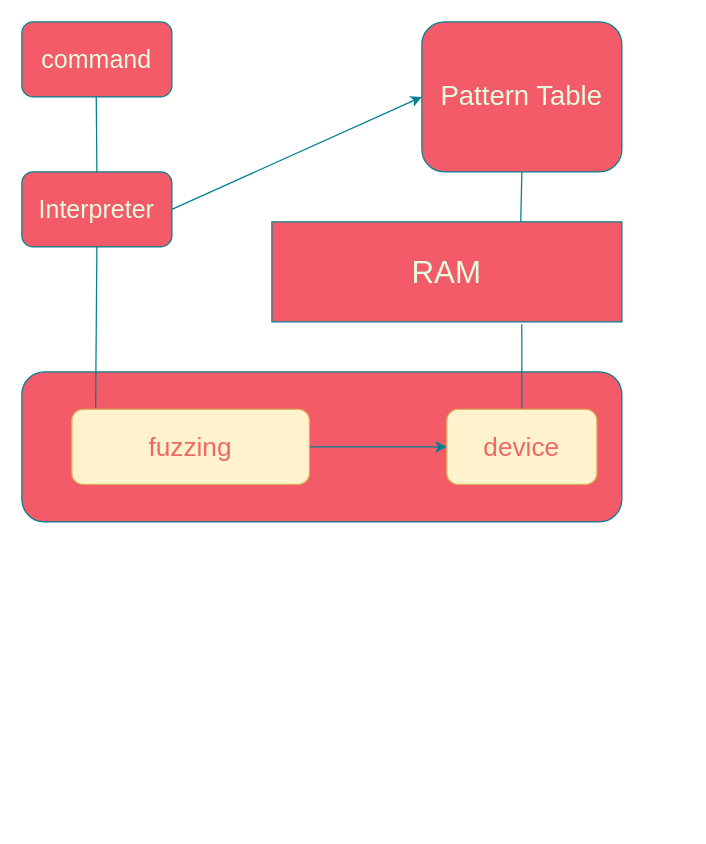
This is PUZZ.drawio from Yongibaoi/100-gdb-tips, a draw.io file, before an edit. Source tidied: cells renumbered, new cells numbered last; positions are measured from the earlier drawing's top-left corner, leaving out a move shared by most shapes. Both pictures are drawn from the tidied source at 125%, with x=0, y=0 at pixel (21, 21).
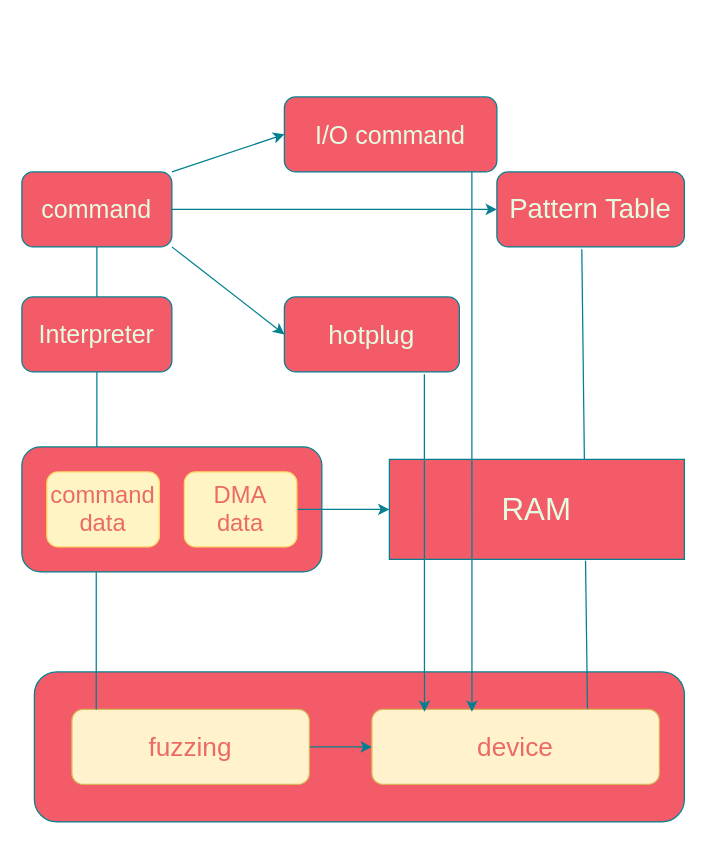
Above is the later version.

Change to the diagram source:
```diff
@@
     <mxCell id="2" style="rounded=1;whiteSpace=wrap;html=1;labelBackgroundColor=none;fillColor=#F45B69;strokeColor=#028090;fontColor=#E4FDE1;" parent="1" vertex="1">
-      <mxGeometry y="280" width="480" height="120" as="geometry" />
+      <mxGeometry x="10" y="520" width="520" height="120" as="geometry" />
     </mxCell>
     <mxCell id="3" value="&lt;font style=&quot;font-size: 22px;&quot;&gt;Pattern Table&lt;br&gt;&lt;/font&gt;" style="rounded=1;whiteSpace=wrap;html=1;strokeColor=#028090;fontColor=#E4FDE1;fillColor=#F45B69;" parent="1" vertex="1">
-      <mxGeometry x="320" width="160" height="120" as="geometry" />
+      <mxGeometry x="380" y="120" width="150" height="60" as="geometry" />
     </mxCell>
     <mxCell id="4" value="&lt;font style=&quot;font-size: 13px;&quot;&gt;&lt;font style=&quot;font-size: 14px;&quot;&gt;&lt;font style=&quot;font-size: 15px;&quot;&gt;&lt;font style=&quot;font-size: 16px;&quot;&gt;&lt;font style=&quot;font-size: 17px;&quot;&gt;&lt;font style=&quot;font-size: 18px;&quot;&gt;&lt;font style=&quot;font-size: 19px;&quot;&gt;&lt;font style=&quot;font-size: 20px;&quot;&gt;&lt;font style=&quot;font-size: 21px;&quot;&gt;&lt;font style=&quot;font-size: 22px;&quot;&gt;&lt;font style=&quot;font-size: 23px;&quot;&gt;&lt;font style=&quot;font-size: 24px;&quot;&gt;&lt;font style=&quot;font-size: 25px;&quot;&gt;RAM&lt;/font&gt;&lt;/font&gt;&lt;/font&gt;&lt;/font&gt;&lt;/font&gt;&lt;/font&gt;&lt;/font&gt;&lt;/font&gt;&lt;/font&gt;&lt;/font&gt;&lt;/font&gt;&lt;/font&gt;&lt;/font&gt;" style="rounded=0;whiteSpace=wrap;html=1;strokeColor=#028090;fontColor=#E4FDE1;fillColor=#F45B69;" parent="1" vertex="1">
-      <mxGeometry x="200" y="160" width="280" height="80" as="geometry" />
+      <mxGeometry x="294" y="350" width="236" height="80" as="geometry" />
     </mxCell>
     <mxCell id="5" value="&lt;font style=&quot;font-size: 13px;&quot;&gt;&lt;font style=&quot;font-size: 14px;&quot;&gt;&lt;font style=&quot;font-size: 15px;&quot;&gt;&lt;font style=&quot;font-size: 16px;&quot;&gt;&lt;font style=&quot;font-size: 17px;&quot;&gt;&lt;font style=&quot;font-size: 18px;&quot;&gt;&lt;font style=&quot;font-size: 19px;&quot;&gt;&lt;font style=&quot;font-size: 20px;&quot;&gt;Interpreter&lt;/font&gt;&lt;/font&gt;&lt;/font&gt;&lt;/font&gt;&lt;/font&gt;&lt;/font&gt;&lt;/font&gt;&lt;/font&gt;" style="rounded=1;whiteSpace=wrap;html=1;strokeColor=#028090;fontColor=#E4FDE1;fillColor=#F45B69;" parent="1" vertex="1">
-      <mxGeometry y="120" width="120" height="60" as="geometry" />
+      <mxGeometry y="220" width="120" height="60" as="geometry" />
     </mxCell>
     <mxCell id="6" value="&lt;font style=&quot;font-size: 13px;&quot;&gt;&lt;font style=&quot;font-size: 14px;&quot;&gt;&lt;font style=&quot;font-size: 15px;&quot;&gt;&lt;font style=&quot;font-size: 16px;&quot;&gt;&lt;font style=&quot;font-size: 17px;&quot;&gt;&lt;font style=&quot;font-size: 18px;&quot;&gt;&lt;font style=&quot;font-size: 19px;&quot;&gt;&lt;font style=&quot;font-size: 20px;&quot;&gt;command&lt;/font&gt;&lt;/font&gt;&lt;/font&gt;&lt;/font&gt;&lt;/font&gt;&lt;/font&gt;&lt;/font&gt;&lt;/font&gt;" style="rounded=1;whiteSpace=wrap;html=1;strokeColor=#028090;fontColor=#E4FDE1;fillColor=#F45B69;" parent="1" vertex="1">
-      <mxGeometry width="120" height="60" as="geometry" />
+      <mxGeometry y="120" width="120" height="60" as="geometry" />
     </mxCell>
-    <mxCell id="7" style="endArrow=none;html=1;rounded=0;strokeColor=#028090;fontColor=#E4FDE1;fillColor=#F45B69;entryX=0.5;entryY=1;entryDx=0;entryDy=0;exitX=0.1;exitY=-0.017;exitDx=0;exitDy=0;exitPerimeter=0;" parent="1" edge="1" source="13" target="5">
+    <mxCell id="7" style="endArrow=none;html=1;rounded=0;strokeColor=#028090;fontColor=#E4FDE1;fillColor=#F45B69;entryX=0.5;entryY=1;entryDx=0;entryDy=0;exitX=0.444;exitY=0;exitDx=0;exitDy=0;exitPerimeter=0;" parent="1" edge="1" source="16" target="5">
       <mxGeometry relative="1" as="geometry" />
     </mxCell>
-    <mxCell id="8" style="endArrow=none;html=1;rounded=0;strokeColor=#028090;fontColor=#E4FDE1;fillColor=#F45B69;entryX=0.5;entryY=1;entryDx=0;entryDy=0;exitX=0.5;exitY=0;exitDx=0;exitDy=0;" parent="1" edge="1" source="5">
-      <mxGeometry relative="1" as="geometry">
-        <mxPoint x="59.5" y="60" as="targetPoint" />
-      </mxGeometry>
+    <mxCell id="8" style="endArrow=none;html=1;rounded=0;strokeColor=#028090;fontColor=#E4FDE1;fillColor=#F45B69;entryX=0.5;entryY=1;entryDx=0;entryDy=0;exitX=0.5;exitY=0;exitDx=0;exitDy=0;" parent="1" edge="1" source="5" target="6">
+      <mxGeometry relative="1" as="geometry" />
     </mxCell>
-    <mxCell id="9" style="endArrow=classic;html=1;rounded=0;strokeColor=#028090;fontColor=#E4FDE1;fillColor=#F45B69;exitX=1;exitY=0.5;exitDx=0;exitDy=0;entryX=0;entryY=0.5;entryDx=0;entryDy=0;" parent="1" edge="1" source="5" target="3">
+    <mxCell id="9" style="endArrow=classic;html=1;rounded=0;strokeColor=#028090;fontColor=#E4FDE1;fillColor=#F45B69;exitX=1;exitY=0.5;exitDx=0;exitDy=0;entryX=0;entryY=0.5;entryDx=0;entryDy=0;" parent="1" edge="1" source="6" target="3">
       <mxGeometry relative="1" as="geometry" />
     </mxCell>
-    <mxCell id="10" style="endArrow=none;html=1;rounded=0;strokeColor=#028090;fontColor=#E4FDE1;fillColor=#F45B69;entryX=0.5;entryY=1;entryDx=0;entryDy=0;exitX=0.711;exitY=0;exitDx=0;exitDy=0;exitPerimeter=0;" parent="1" edge="1" source="4" target="3">
-      <mxGeometry relative="1" as="geometry" />
+    <mxCell id="10" style="endArrow=none;html=1;rounded=0;strokeColor=#028090;fontColor=#E4FDE1;fillColor=#F45B69;entryX=0.453;entryY=1.033;entryDx=0;entryDy=0;entryPerimeter=0;" parent="1" edge="1" target="3">
+      <mxGeometry relative="1" as="geometry">
+        <mxPoint x="450" y="350" as="sourcePoint" />
+      </mxGeometry>
     </mxCell>
-    <mxCell id="11" style="endArrow=none;html=1;rounded=0;strokeColor=#028090;fontColor=#E4FDE1;fillColor=#F45B69;entryX=0.714;entryY=1.025;entryDx=0;entryDy=0;entryPerimeter=0;exitX=0.5;exitY=0;exitDx=0;exitDy=0;" parent="1" edge="1" source="14" target="4">
+    <mxCell id="11" style="endArrow=none;html=1;rounded=0;strokeColor=#028090;fontColor=#E4FDE1;fillColor=#F45B69;entryX=0.665;entryY=1.013;entryDx=0;entryDy=0;entryPerimeter=0;exitX=0.75;exitY=0;exitDx=0;exitDy=0;" parent="1" edge="1" source="14" target="4">
       <mxGeometry relative="1" as="geometry" />
     </mxCell>
@@
     <mxCell id="13" value="&lt;font style=&quot;font-size: 21px;&quot; color=&quot;#EA6B66&quot;&gt;fuzzing&lt;br&gt;&lt;/font&gt;" style="rounded=1;whiteSpace=wrap;html=1;strokeColor=#d6b656;fillColor=#fff2cc;" parent="1" vertex="1">
-      <mxGeometry x="40" y="310" width="190" height="60" as="geometry" />
+      <mxGeometry x="40" y="550" width="190" height="60" as="geometry" />
     </mxCell>
     <mxCell id="14" value="&lt;font style=&quot;font-size: 21px;&quot; color=&quot;#EA6B66&quot;&gt;device&lt;br&gt;&lt;/font&gt;" style="rounded=1;whiteSpace=wrap;html=1;strokeColor=#d6b656;fillColor=#fff2cc;" parent="1" vertex="1">
-      <mxGeometry x="340" y="310" width="120" height="60" as="geometry" />
+      <mxGeometry x="280" y="550" width="230" height="60" as="geometry" />
     </mxCell>
+    <mxCell id="15" style="rounded=1;whiteSpace=wrap;html=1;strokeColor=#028090;fontColor=#E4FDE1;fillColor=#F45B69;" parent="1" vertex="1">
+      <mxGeometry y="340" width="240" height="100" as="geometry" />
+    </mxCell>
+    <mxCell id="16" value="&lt;div style=&quot;font-size: 19px;&quot;&gt;&lt;font style=&quot;font-size: 19px;&quot; color=&quot;#EA6B66&quot;&gt;command&lt;/font&gt;&lt;/div&gt;&lt;div style=&quot;font-size: 19px;&quot;&gt;&lt;font style=&quot;font-size: 19px;&quot; color=&quot;#EA6B66&quot;&gt;data&lt;br&gt;&lt;/font&gt;&lt;/div&gt;" style="rounded=1;whiteSpace=wrap;html=1;strokeColor=#FFD966;fontColor=#E4FDE1;fillColor=#FFF4C3;" parent="1" vertex="1">
+      <mxGeometry x="20" y="360" width="90" height="60" as="geometry" />
+    </mxCell>
+    <mxCell id="17" style="edgeStyle=orthogonalEdgeStyle;rounded=0;jettySize=auto;html=1;strokeColor=#028090;fontColor=#E4FDE1;fillColor=#F45B69;" parent="1" edge="1" source="18" target="4">
+      <mxGeometry relative="1" as="geometry" />
+    </mxCell>
+    <mxCell id="18" value="&lt;div style=&quot;font-size: 19px;&quot;&gt;&lt;font style=&quot;font-size: 19px;&quot; color=&quot;#EA6B66&quot;&gt;DMA&lt;/font&gt;&lt;/div&gt;&lt;div style=&quot;font-size: 19px;&quot;&gt;&lt;font style=&quot;font-size: 19px;&quot; color=&quot;#EA6B66&quot;&gt;data&lt;br&gt;&lt;/font&gt;&lt;/div&gt;" style="rounded=1;whiteSpace=wrap;html=1;strokeColor=#FFD966;fontColor=#E4FDE1;fillColor=#FFF4C3;" parent="1" vertex="1">
+      <mxGeometry x="130" y="360" width="90" height="60" as="geometry" />
+    </mxCell>
+    <mxCell id="19" style="endArrow=none;html=1;rounded=0;strokeColor=#028090;fontColor=#E4FDE1;fillColor=#F45B69;entryX=0.5;entryY=1;entryDx=0;entryDy=0;exitX=0.444;exitY=0;exitDx=0;exitDy=0;exitPerimeter=0;" parent="1" edge="1">
+      <mxGeometry relative="1" as="geometry">
+        <mxPoint x="59.5" y="550" as="sourcePoint" />
+        <mxPoint x="59.5" y="440" as="targetPoint" />
+      </mxGeometry>
+    </mxCell>
+    <mxCell id="20" value="&lt;font style=&quot;font-size: 13px;&quot;&gt;&lt;font style=&quot;font-size: 14px;&quot;&gt;&lt;font style=&quot;font-size: 15px;&quot;&gt;&lt;font style=&quot;font-size: 16px;&quot;&gt;&lt;font style=&quot;font-size: 17px;&quot;&gt;&lt;font style=&quot;font-size: 18px;&quot;&gt;&lt;font style=&quot;font-size: 19px;&quot;&gt;&lt;font style=&quot;font-size: 20px;&quot;&gt;&lt;font style=&quot;font-size: 21px;&quot;&gt;hotplug&lt;/font&gt;&lt;/font&gt;&lt;/font&gt;&lt;/font&gt;&lt;/font&gt;&lt;/font&gt;&lt;/font&gt;&lt;/font&gt;&lt;/font&gt;" style="rounded=1;whiteSpace=wrap;html=1;strokeColor=#028090;fontColor=#E4FDE1;fillColor=#F45B69;" parent="1" vertex="1">
+      <mxGeometry x="210" y="220" width="140" height="60" as="geometry" />
+    </mxCell>
+    <mxCell id="21" value="&lt;font style=&quot;font-size: 20px;&quot;&gt;I/O command&lt;br&gt;&lt;/font&gt;" style="rounded=1;whiteSpace=wrap;html=1;strokeColor=#028090;fontColor=#E4FDE1;fillColor=#F45B69;" parent="1" vertex="1">
+      <mxGeometry x="210" y="60" width="170" height="60" as="geometry" />
+    </mxCell>
+    <mxCell id="22" style="endArrow=classic;html=1;rounded=0;strokeColor=#028090;fontColor=#E4FDE1;fillColor=#F45B69;exitX=0.8;exitY=1.033;exitDx=0;exitDy=0;exitPerimeter=0;entryX=0.183;entryY=0.033;entryDx=0;entryDy=0;entryPerimeter=0;" parent="1" edge="1" source="20" target="14">
+      <mxGeometry relative="1" as="geometry" />
+    </mxCell>
+    <mxCell id="23" style="endArrow=classic;html=1;rounded=0;strokeColor=#028090;fontColor=#E4FDE1;fillColor=#F45B69;entryX=0.348;entryY=0.033;entryDx=0;entryDy=0;entryPerimeter=0;" parent="1" edge="1" target="14">
+      <mxGeometry relative="1" as="geometry">
+        <mxPoint x="360" y="120" as="sourcePoint" />
+      </mxGeometry>
+    </mxCell>
+    <mxCell id="24" style="endArrow=classic;html=1;rounded=0;strokeColor=#028090;fontColor=#E4FDE1;fillColor=#F45B69;exitX=1;exitY=0;exitDx=0;exitDy=0;entryX=0;entryY=0.5;entryDx=0;entryDy=0;" parent="1" edge="1" source="6" target="21">
+      <mxGeometry relative="1" as="geometry" />
+    </mxCell>
+    <mxCell id="25" style="endArrow=classic;html=1;rounded=0;strokeColor=#028090;fontColor=#E4FDE1;fillColor=#F45B69;exitX=1;exitY=1;exitDx=0;exitDy=0;entryX=0;entryY=0.5;entryDx=0;entryDy=0;" parent="1" edge="1" source="6" target="20">
+      <mxGeometry relative="1" as="geometry" />
+    </mxCell>
```
